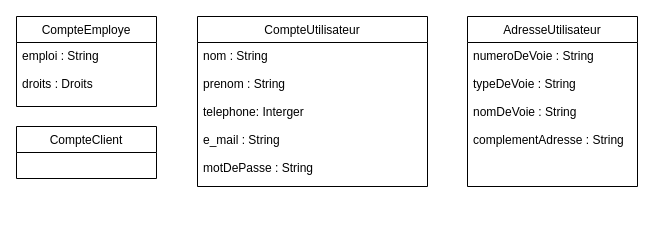
Above: Untitled Diagram.drawio in vinsbld/StechOcPizz (draw.io), before the change. Source tidied: cells renumbered, new cells numbered last; positions are measured from the earlier drawing's top-left corner, leaving out a move shared by most shapes. Both pictures are drawn from the tidied source at 100%, with x=0, y=0 at pixel (16, 16).
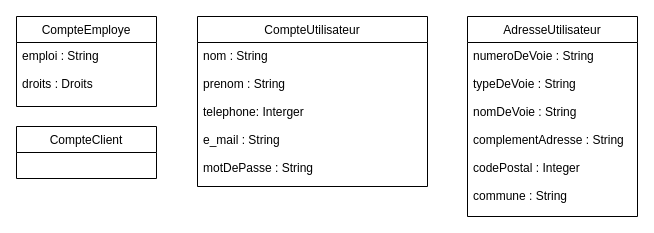
Above is the later version.

What changed in the source:
```diff
@@
 <mxGraphModel>
   <root>
     <mxCell id="0" />
     <mxCell id="1" parent="0" />
     <mxCell id="2" value="CompteEmploye" style="swimlane;fontStyle=0;horizontal=1;startSize=26;fillColor=none;" parent="1" vertex="1">
       <mxGeometry width="140" height="90" as="geometry" />
     </mxCell>
     <mxCell id="3" value="emploi : String&#10;&#10;droits : Droits&#10;" style="text;strokeColor=none;fillColor=none;align=left;verticalAlign=top;spacingLeft=4;spacingRight=4;overflow=hidden;" parent="2" vertex="1">
       <mxGeometry y="26" width="140" height="64" as="geometry" />
     </mxCell>
     <mxCell id="4" value="CompteUtilisateur" style="swimlane;fontStyle=0;horizontal=1;startSize=26;fillColor=none;" parent="1" vertex="1">
       <mxGeometry x="181" width="230" height="170" as="geometry" />
     </mxCell>
     <mxCell id="5" value="nom : String&#10;&#10;prenom : String&#10;&#10;telephone: Interger&#10;&#10;e_mail : String&#10;&#10;motDePasse : String&#10;" style="text;strokeColor=none;fillColor=none;align=left;verticalAlign=top;spacingLeft=4;spacingRight=4;overflow=hidden;" parent="4" vertex="1">
       <mxGeometry y="26" width="230" height="144" as="geometry" />
     </mxCell>
     <mxCell id="6" value="CompteClient" style="swimlane;fontStyle=0;horizontal=1;startSize=26;fillColor=none;" parent="1" vertex="1">
       <mxGeometry y="110" width="140" height="52" as="geometry" />
     </mxCell>
     <mxCell id="7" value="AdresseUtilisateur" style="swimlane;fontStyle=0;horizontal=1;startSize=26;fillColor=none;" parent="1" vertex="1">
-      <mxGeometry x="451" width="170" height="170" as="geometry" />
+      <mxGeometry x="451" width="170" height="200" as="geometry" />
     </mxCell>
-    <mxCell id="8" value="numeroDeVoie : String&#10;&#10;typeDeVoie : String&#10;&#10;nomDeVoie : String&#10;&#10;complementAdresse : String&#10;&#10;&#10;" style="text;strokeColor=none;fillColor=none;align=left;verticalAlign=top;spacingLeft=4;spacingRight=4;overflow=hidden;" parent="7" vertex="1">
-      <mxGeometry y="26" width="170" height="144" as="geometry" />
+    <mxCell id="8" value="numeroDeVoie : String&#10;&#10;typeDeVoie : String&#10;&#10;nomDeVoie : String&#10;&#10;complementAdresse : String&#10;&#10;codePostal : Integer&#10;&#10;commune : String&#10;&#10;&#10;&#10;" style="text;strokeColor=none;fillColor=none;align=left;verticalAlign=top;spacingLeft=4;spacingRight=4;overflow=hidden;" parent="7" vertex="1">
+      <mxGeometry y="26" width="170" height="174" as="geometry" />
     </mxCell>
   </root>
 </mxGraphModel>
```
